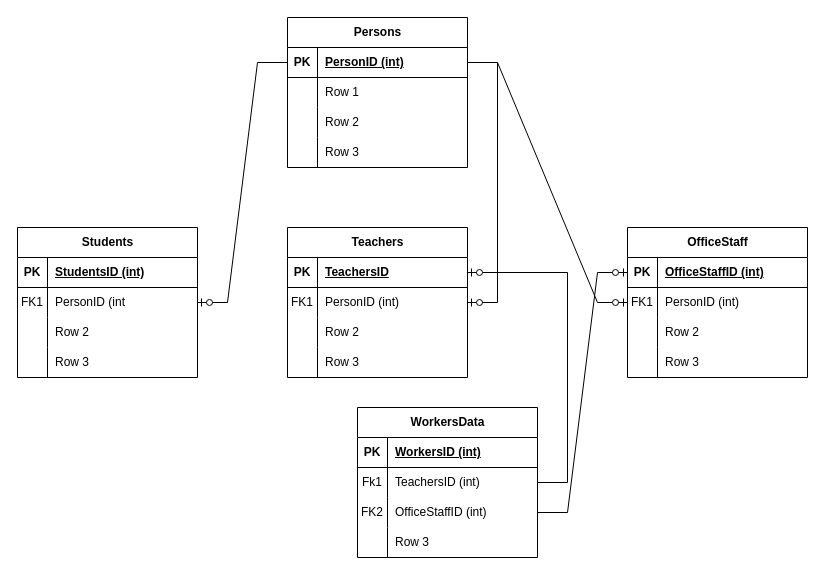
The draw.io diagram Diagramma senza titolo.drawio in federico-mariconti/SIAM-1838, before the edit. Source tidied: cells renumbered, new cells numbered last; positions are measured from the earlier drawing's top-left corner, leaving out a move shared by most shapes. Both pictures are drawn from the tidied source at 100%, with x=0, y=0 at pixel (17, 17).
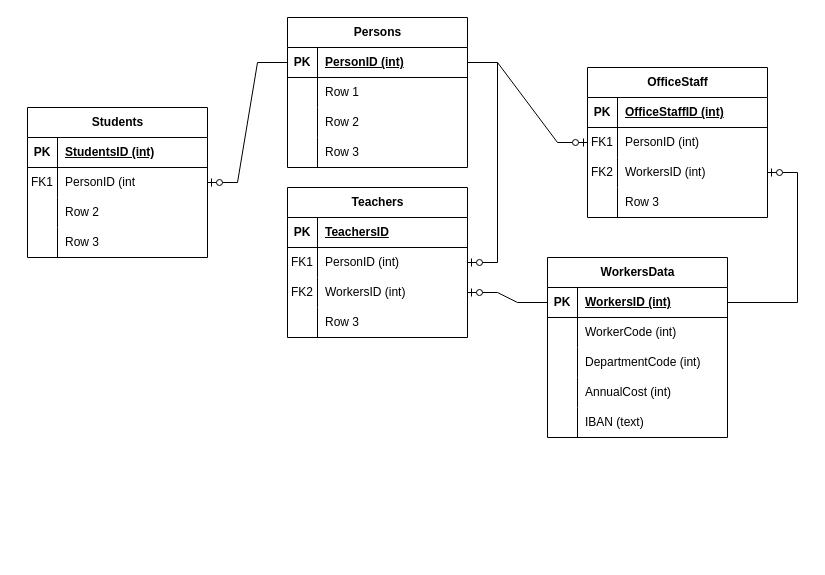
Above is the later version.

The change refers to these unchanged cells:
```xml
<mxCell id="29" style="shape=tableRow;horizontal=0;startSize=0;swimlaneHead=0;swimlaneBody=0;fillColor=none;points=[[0,0.5],[1,0.5]];portConstraint=eastwest;top=0;left=0;right=0;bottom=1;" parent="28" vertex="1">
  <mxGeometry y="30" width="180" height="30" as="geometry" />
</mxCell>
<mxCell id="35" style="shape=tableRow;horizontal=0;startSize=0;swimlaneHead=0;swimlaneBody=0;fillColor=none;points=[[0,0.5],[1,0.5]];portConstraint=eastwest;top=0;left=0;right=0;bottom=0;" parent="28" vertex="1">
  <mxGeometry y="90" width="180" height="30" as="geometry" />
</mxCell>
<mxCell id="42" style="shape=tableRow;horizontal=0;startSize=0;swimlaneHead=0;swimlaneBody=0;fillColor=none;points=[[0,0.5],[1,0.5]];portConstraint=eastwest;top=0;left=0;right=0;bottom=1;" parent="41" vertex="1">
  <mxGeometry y="30" width="180" height="30" as="geometry" />
</mxCell>
<mxCell id="48" style="shape=tableRow;horizontal=0;startSize=0;swimlaneHead=0;swimlaneBody=0;fillColor=none;points=[[0,0.5],[1,0.5]];portConstraint=eastwest;top=0;left=0;right=0;bottom=0;" parent="41" vertex="1">
  <mxGeometry y="90" width="180" height="30" as="geometry" />
</mxCell>
<mxCell id="58" style="shape=tableRow;horizontal=0;startSize=0;swimlaneHead=0;swimlaneBody=0;fillColor=none;points=[[0,0.5],[1,0.5]];portConstraint=eastwest;top=0;left=0;right=0;bottom=1;" parent="57" vertex="1">
  <mxGeometry y="30" width="180" height="30" as="geometry" />
</mxCell>
<mxCell id="61" style="shape=tableRow;horizontal=0;startSize=0;swimlaneHead=0;swimlaneBody=0;fillColor=none;points=[[0,0.5],[1,0.5]];portConstraint=eastwest;top=0;left=0;right=0;bottom=0;" parent="57" vertex="1">
  <mxGeometry y="60" width="180" height="30" as="geometry" />
</mxCell>
<mxCell id="64" style="shape=tableRow;horizontal=0;startSize=0;swimlaneHead=0;swimlaneBody=0;fillColor=none;points=[[0,0.5],[1,0.5]];portConstraint=eastwest;top=0;left=0;right=0;bottom=0;" parent="57" vertex="1">
  <mxGeometry y="90" width="180" height="30" as="geometry" />
</mxCell>
<mxCell id="67" style="shape=tableRow;horizontal=0;startSize=0;swimlaneHead=0;swimlaneBody=0;fillColor=none;top=0;left=0;right=0;bottom=0;" parent="57" vertex="1">
  <mxGeometry y="120" width="180" height="30" as="geometry" />
</mxCell>
```

Diff of the diagram source:
```diff
@@
     <mxCell id="15" value="Students" style="shape=table;startSize=30;childLayout=tableLayout;rowLines=0;fontStyle=1;align=center;html=1;" parent="1" vertex="1">
-      <mxGeometry y="210" width="180" height="150" as="geometry" />
+      <mxGeometry x="10" y="90" width="180" height="150" as="geometry" />
     </mxCell>
@@
     <mxCell id="28" value="Teachers" style="shape=table;startSize=30;childLayout=tableLayout;rowLines=0;fontStyle=1;align=center;html=1;" parent="1" vertex="1">
-      <mxGeometry x="270" y="210" width="180" height="150" as="geometry" />
+      <mxGeometry x="270" y="170" width="180" height="150" as="geometry" />
     </mxCell>
@@
-    <mxCell id="36" style="shape=partialRectangle;fillColor=none;top=0;left=0;bottom=0;right=0;overflow=hidden;whiteSpace=wrap;html=1;" parent="35" vertex="1">
+    <mxCell id="36" value="FK2" style="shape=partialRectangle;fillColor=none;top=0;left=0;bottom=0;right=0;overflow=hidden;whiteSpace=wrap;html=1;" parent="35" vertex="1">
       <mxGeometry width="30" height="30" as="geometry" />
     </mxCell>
-    <mxCell id="37" value="Row 2" style="shape=partialRectangle;fillColor=none;top=0;left=0;bottom=0;right=0;align=left;spacingLeft=6;overflow=hidden;whiteSpace=wrap;html=1;" parent="35" vertex="1">
+    <mxCell id="37" value="WorkersID (int)" style="shape=partialRectangle;fillColor=none;top=0;left=0;bottom=0;right=0;align=left;spacingLeft=6;overflow=hidden;whiteSpace=wrap;html=1;" parent="35" vertex="1">
       <mxGeometry x="30" width="150" height="30" as="geometry" />
     </mxCell>
@@
     <mxCell id="41" value="OfficeStaff" style="shape=table;startSize=30;childLayout=tableLayout;rowLines=0;fontStyle=1;align=center;html=1;" parent="1" vertex="1">
-      <mxGeometry x="610" y="210" width="180" height="150" as="geometry" />
+      <mxGeometry x="570" y="50" width="180" height="150" as="geometry" />
     </mxCell>
@@
-    <mxCell id="49" style="shape=partialRectangle;fillColor=none;top=0;left=0;bottom=0;right=0;overflow=hidden;whiteSpace=wrap;html=1;" parent="48" vertex="1">
+    <mxCell id="49" value="FK2" style="shape=partialRectangle;fillColor=none;top=0;left=0;bottom=0;right=0;overflow=hidden;whiteSpace=wrap;html=1;" parent="48" vertex="1">
       <mxGeometry width="30" height="30" as="geometry" />
     </mxCell>
-    <mxCell id="50" value="Row 2" style="shape=partialRectangle;fillColor=none;top=0;left=0;bottom=0;right=0;align=left;spacingLeft=6;overflow=hidden;whiteSpace=wrap;html=1;" parent="48" vertex="1">
+    <mxCell id="50" value="WorkersID (int)" style="shape=partialRectangle;fillColor=none;top=0;left=0;bottom=0;right=0;align=left;spacingLeft=6;overflow=hidden;whiteSpace=wrap;html=1;" parent="48" vertex="1">
       <mxGeometry x="30" width="150" height="30" as="geometry" />
     </mxCell>
@@
     <mxCell id="57" value="WorkersData" style="shape=table;startSize=30;childLayout=tableLayout;rowLines=0;fontStyle=1;align=center;html=1;" parent="1" vertex="1">
-      <mxGeometry x="340" y="390" width="180" height="150" as="geometry" />
+      <mxGeometry x="530" y="240" width="180" height="180" as="geometry" />
     </mxCell>
@@
-    <mxCell id="62" value="Fk1" style="shape=partialRectangle;fillColor=none;top=0;left=0;bottom=0;right=0;overflow=hidden;whiteSpace=wrap;html=1;" parent="61" vertex="1">
+    <mxCell id="62" style="shape=partialRectangle;fillColor=none;top=0;left=0;bottom=0;right=0;overflow=hidden;whiteSpace=wrap;html=1;" parent="61" vertex="1">
       <mxGeometry width="30" height="30" as="geometry" />
     </mxCell>
-    <mxCell id="63" value="TeachersID (int)" style="shape=partialRectangle;fillColor=none;top=0;left=0;bottom=0;right=0;align=left;spacingLeft=6;overflow=hidden;whiteSpace=wrap;html=1;" parent="61" vertex="1">
+    <mxCell id="63" value="WorkerCode (int)" style="shape=partialRectangle;fillColor=none;top=0;left=0;bottom=0;right=0;align=left;spacingLeft=6;overflow=hidden;whiteSpace=wrap;html=1;" parent="61" vertex="1">
       <mxGeometry x="30" width="150" height="30" as="geometry" />
     </mxCell>
@@
-    <mxCell id="65" value="FK2" style="shape=partialRectangle;fillColor=none;top=0;left=0;bottom=0;right=0;overflow=hidden;whiteSpace=wrap;html=1;" parent="64" vertex="1">
+    <mxCell id="65" style="shape=partialRectangle;fillColor=none;top=0;left=0;bottom=0;right=0;overflow=hidden;whiteSpace=wrap;html=1;" parent="64" vertex="1">
       <mxGeometry width="30" height="30" as="geometry" />
     </mxCell>
-    <mxCell id="66" value="OfficeStaffID (int)" style="shape=partialRectangle;fillColor=none;top=0;left=0;bottom=0;right=0;align=left;spacingLeft=6;overflow=hidden;whiteSpace=wrap;html=1;" parent="64" vertex="1">
+    <mxCell id="66" value="DepartmentCode (int)" style="shape=partialRectangle;fillColor=none;top=0;left=0;bottom=0;right=0;align=left;spacingLeft=6;overflow=hidden;whiteSpace=wrap;html=1;" parent="64" vertex="1">
       <mxGeometry x="30" width="150" height="30" as="geometry" />
     </mxCell>
@@
-    <mxCell id="69" value="Row 3" style="shape=partialRectangle;fillColor=none;top=0;left=0;bottom=0;right=0;align=left;spacingLeft=6;overflow=hidden;whiteSpace=wrap;html=1;" parent="67" vertex="1">
+    <mxCell id="69" value="AnnualCost (int)" style="shape=partialRectangle;fillColor=none;top=0;left=0;bottom=0;right=0;align=left;spacingLeft=6;overflow=hidden;whiteSpace=wrap;html=1;" parent="67" vertex="1">
       <mxGeometry x="30" width="150" height="30" as="geometry" />
     </mxCell>
-    <mxCell id="70" style="edgeStyle=entityRelationEdgeStyle;fontSize=12;html=1;endArrow=ERzeroToOne;endFill=1;rounded=0;" parent="1" edge="1" source="61" target="29">
-      <mxGeometry relative="1" as="geometry" />
-    </mxCell>
-    <mxCell id="71" style="edgeStyle=entityRelationEdgeStyle;fontSize=12;html=1;endArrow=ERzeroToOne;endFill=1;rounded=0;" parent="1" edge="1" source="64" target="42">
-      <mxGeometry relative="1" as="geometry" />
-    </mxCell>
+    <mxCell id="72" style="shape=tableRow;horizontal=0;startSize=0;swimlaneHead=0;swimlaneBody=0;fillColor=none;top=0;left=0;right=0;bottom=0;" parent="57" vertex="1">
+      <mxGeometry y="150" width="180" height="30" as="geometry" />
+    </mxCell>
+    <mxCell id="73" style="shape=partialRectangle;fillColor=none;top=0;left=0;bottom=0;right=0;overflow=hidden;whiteSpace=wrap;html=1;" parent="72" vertex="1">
+      <mxGeometry width="30" height="30" as="geometry" />
+    </mxCell>
+    <mxCell id="74" value="IBAN (text)" style="shape=partialRectangle;fillColor=none;top=0;left=0;bottom=0;right=0;align=left;spacingLeft=6;overflow=hidden;whiteSpace=wrap;html=1;" parent="72" vertex="1">
+      <mxGeometry x="30" width="150" height="30" as="geometry" />
+    </mxCell>
+    <mxCell id="75" style="edgeStyle=entityRelationEdgeStyle;fontSize=12;html=1;endArrow=ERzeroToOne;endFill=1;rounded=0;" parent="1" edge="1" source="58" target="35">
+      <mxGeometry relative="1" as="geometry" />
+    </mxCell>
+    <mxCell id="76" style="edgeStyle=entityRelationEdgeStyle;fontSize=12;html=1;endArrow=ERzeroToOne;endFill=1;rounded=0;" parent="1" edge="1" source="58" target="48">
+      <mxGeometry relative="1" as="geometry" />
+    </mxCell>
```
